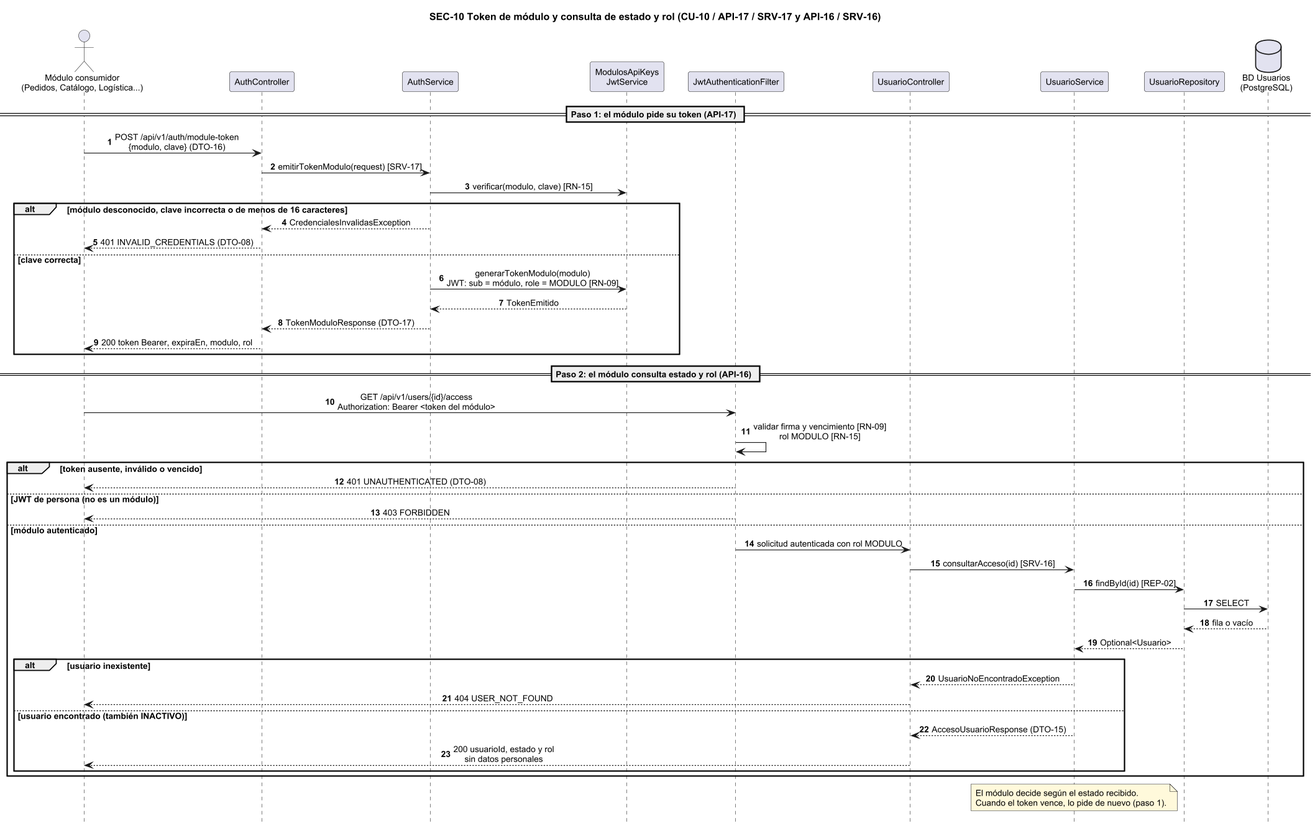
This is doc/Diagramas/SEC-10.png from CarlaGorgal2002/deliverygo-usuarios-auth, a PlantUML export, as it was before one commit.
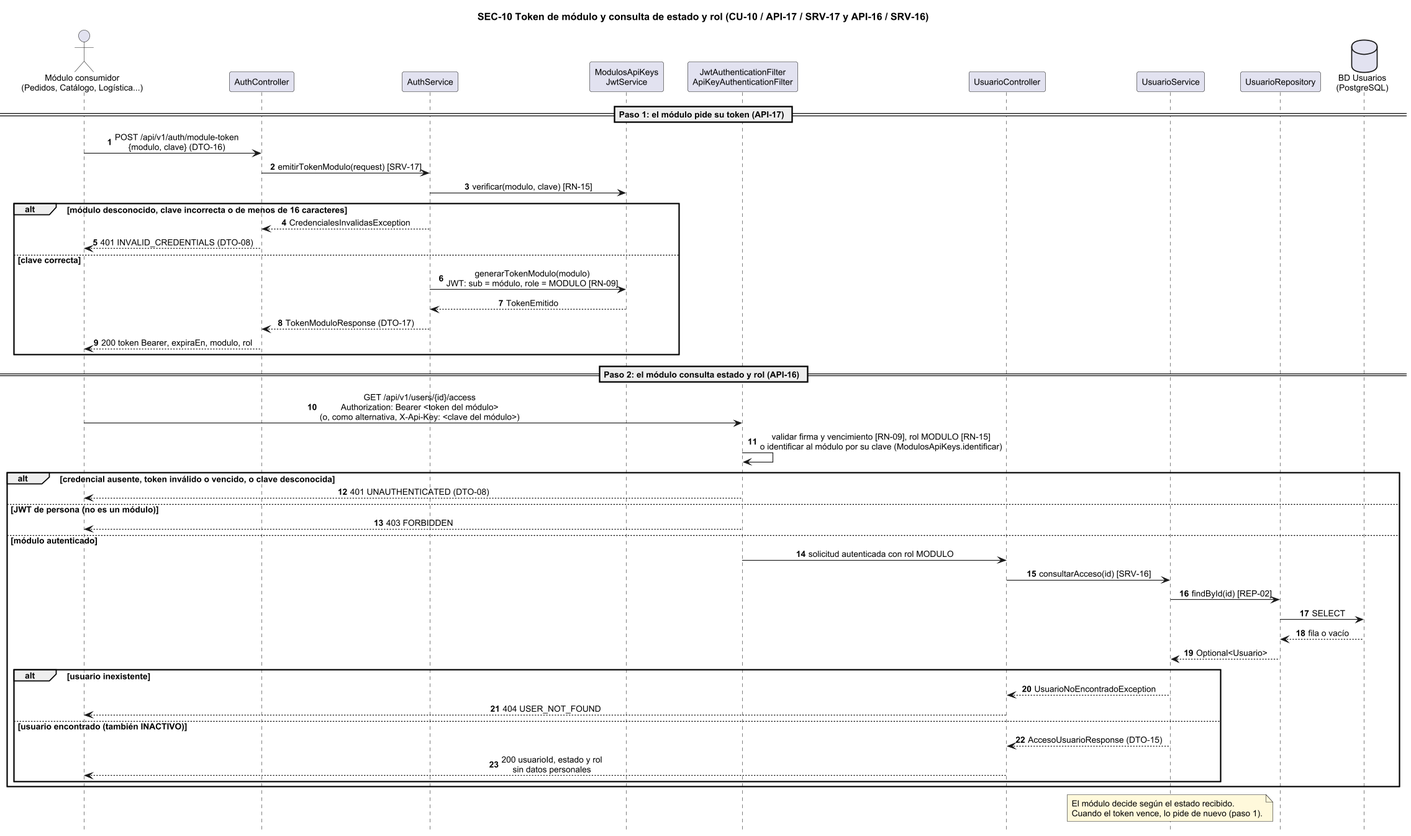
Above is the later version.

What changed in the source:
```diff
@@ -14,7 +14,7 @@
 participant AuthController as AC
 participant AuthService as AS
 participant "ModulosApiKeys\nJwtService" as K
-participant JwtAuthenticationFilter as F
+participant "JwtAuthenticationFilter\nApiKeyAuthenticationFilter" as F
 participant UsuarioController as C
 participant UsuarioService as S
 participant UsuarioRepository as UR
@@ -35,9 +35,9 @@
 end
 
 == Paso 2: el módulo consulta estado y rol (API-16) ==
-A -> F : GET /api/v1/users/{id}/access\nAuthorization: Bearer <token del módulo>
-F -> F : validar firma y vencimiento [RN-09]\nrol MODULO [RN-15]
-alt token ausente, inválido o vencido
+A -> F : GET /api/v1/users/{id}/access\nAuthorization: Bearer <token del módulo>\n(o, como alternativa, X-Api-Key: <clave del módulo>)
+F -> F : validar firma y vencimiento [RN-09], rol MODULO [RN-15]\no identificar al módulo por su clave (ModulosApiKeys.identificar)
+alt credencial ausente, token inválido o vencido, o clave desconocida
   F --> A : 401 UNAUTHENTICATED (DTO-08)
 else JWT de persona (no es un módulo)
   F --> A : 403 FORBIDDEN
```
